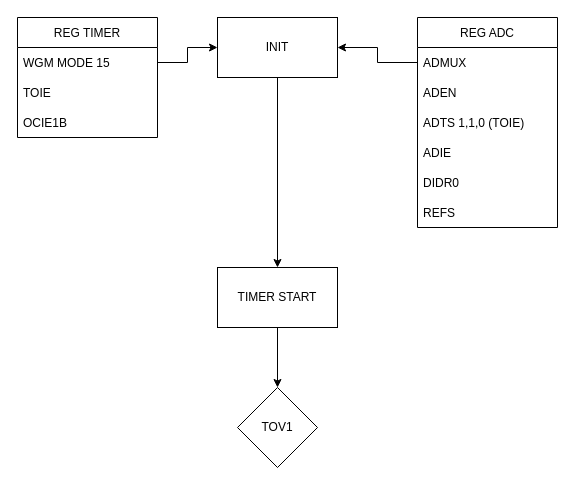
Above: atmega_logic.drawio in karetah/tr2022 (draw.io), before the change. Source tidied: cells renumbered, new cells numbered last; positions are measured from the earlier drawing's top-left corner, leaving out a move shared by most shapes. Both pictures are drawn from the tidied source at 100%, with x=0, y=0 at pixel (17, 17).
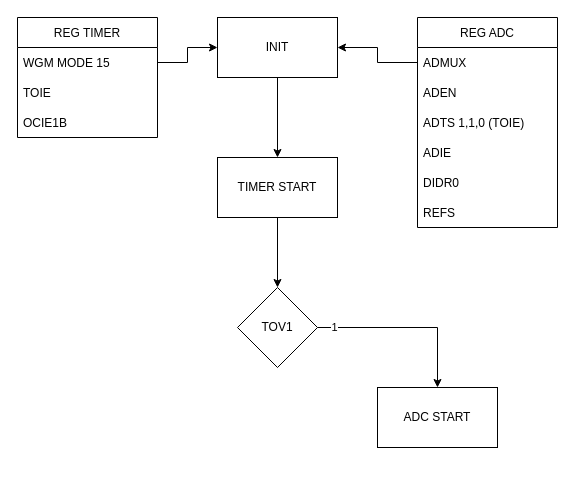
The same page after the edit.

Change to the diagram source:
```diff
@@
     <mxCell id="13" value="TIMER START" style="rounded=0;whiteSpace=wrap;html=1;" parent="1" vertex="1">
-      <mxGeometry x="200" y="250" width="120" height="60" as="geometry" />
+      <mxGeometry x="200" y="140" width="120" height="60" as="geometry" />
     </mxCell>
@@
+    <mxCell id="20" style="edgeStyle=orthogonalEdgeStyle;rounded=0;jettySize=auto;html=1;exitX=1;exitY=0.5;exitDx=0;exitDy=0;entryX=0.5;entryY=0;entryDx=0;entryDy=0;" parent="1" edge="1" source="19" target="22">
+      <mxGeometry relative="1" as="geometry" />
+    </mxCell>
+    <mxCell id="21" value="1" style="edgeLabel;html=1;align=center;verticalAlign=middle;" parent="20" vertex="1">
+      <mxGeometry x="-0.82" y="1" relative="1" as="geometry" />
+    </mxCell>
     <mxCell id="19" value="TOV1" style="rhombus;whiteSpace=wrap;html=1;" parent="1" vertex="1">
-      <mxGeometry x="220" y="370" width="80" height="80" as="geometry" />
+      <mxGeometry x="220" y="270" width="80" height="80" as="geometry" />
     </mxCell>
+    <mxCell id="22" value="ADC START" style="rounded=0;whiteSpace=wrap;html=1;" parent="1" vertex="1">
+      <mxGeometry x="360" y="370" width="120" height="60" as="geometry" />
+    </mxCell>
```
